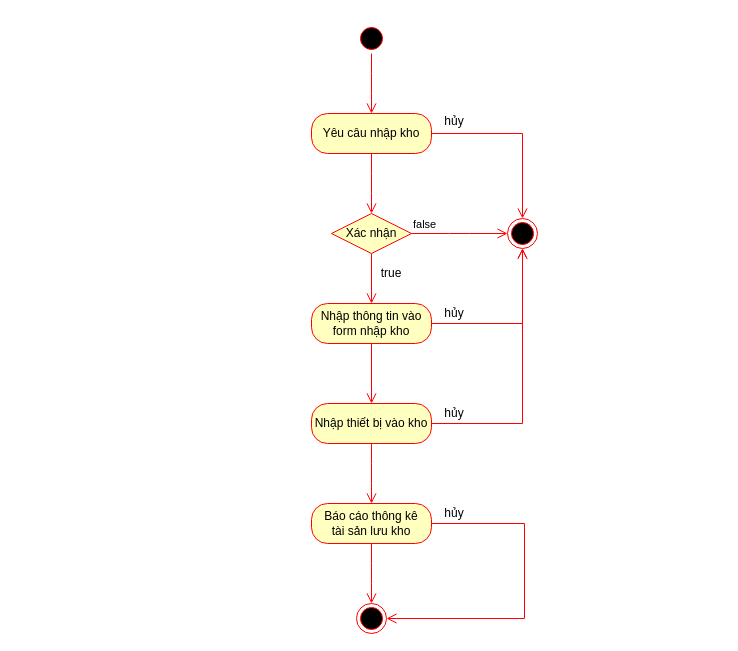
Earlier version of the draw.io diagram page "nhập kho" (3 of 4) of PJ 2B Activity Diagram.drawio (LocalHost127000/OODA). Source tidied: cells renumbered, new cells numbered last; positions are measured from the earlier drawing's top-left corner, leaving out a move shared by most shapes. Both pictures are drawn from the tidied source at 100%, with x=0, y=0 at pixel (311, 23).
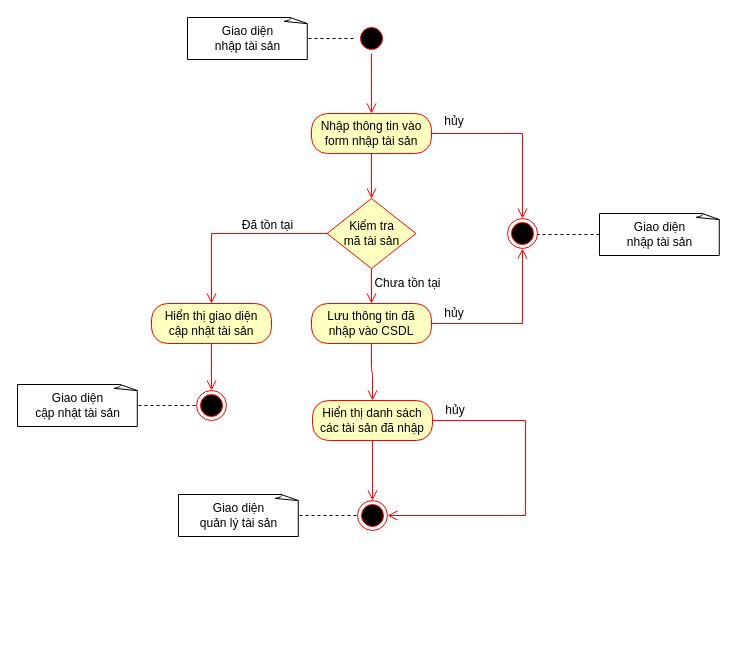
Above is the later version.

Unchanged cells that the change refers to:
```xml
<mxCell id="2" style="ellipse;html=1;shape=startState;fillColor=#000000;strokeColor=#ff0000;" parent="1" vertex="1">
  <mxGeometry x="45" width="30" height="30" as="geometry" />
</mxCell>
<mxCell id="10" style="ellipse;html=1;shape=endState;fillColor=#000000;strokeColor=#ff0000;" parent="1" vertex="1">
  <mxGeometry x="196" y="195" width="30" height="30" as="geometry" />
</mxCell>
```

What changed in the source:
```diff
@@
-    <mxCell id="5" value="Yêu câu nhập kho" style="rounded=1;whiteSpace=wrap;html=1;arcSize=40;fontColor=#000000;fillColor=#ffffc0;strokeColor=#ff0000;" parent="1" vertex="1">
+    <mxCell id="5" value="Nhập thông tin vào form nhập tài sản" style="rounded=1;whiteSpace=wrap;html=1;arcSize=40;fontColor=#000000;fillColor=#ffffc0;strokeColor=#ff0000;" parent="1" vertex="1">
       <mxGeometry y="90" width="120" height="40" as="geometry" />
     </mxCell>
-    <mxCell id="6" style="edgeStyle=orthogonalEdgeStyle;html=1;verticalAlign=bottom;endArrow=open;endSize=8;strokeColor=#ff0000;" parent="1" edge="1" source="5">
-      <mxGeometry relative="1" as="geometry">
-        <mxPoint x="60" y="190" as="targetPoint" />
-      </mxGeometry>
+    <mxCell id="6" style="edgeStyle=orthogonalEdgeStyle;html=1;verticalAlign=bottom;endArrow=open;endSize=8;strokeColor=#ff0000;" parent="1" edge="1" source="5" target="8">
+      <mxGeometry relative="1" as="geometry" />
     </mxCell>
@@
+    <mxCell id="26" style="edgeStyle=orthogonalEdgeStyle;rounded=0;jettySize=auto;html=1;startArrow=none;startFill=0;endArrow=open;endFill=0;strokeColor=#FF0000;endSize=8;" parent="1" edge="1" source="8" target="34">
+      <mxGeometry relative="1" as="geometry" />
+    </mxCell>
-    <mxCell id="8" value="Xác nhận" style="rhombus;whiteSpace=wrap;html=1;fillColor=#ffffc0;strokeColor=#ff0000;" parent="1" vertex="1">
-      <mxGeometry x="20" y="190" width="80" height="40" as="geometry" />
+    <mxCell id="8" value="Kiểm tra&lt;br&gt;mã tài sản" style="rhombus;whiteSpace=wrap;html=1;fillColor=#ffffc0;strokeColor=#ff0000;" parent="1" vertex="1">
+      <mxGeometry x="15.5" y="175" width="89" height="70" as="geometry" />
     </mxCell>
-    <mxCell id="9" value="false" style="edgeStyle=orthogonalEdgeStyle;html=1;align=left;verticalAlign=bottom;endArrow=open;endSize=8;strokeColor=#ff0000;" parent="1" edge="1" source="8">
-      <mxGeometry x="-1" relative="1" as="geometry">
-        <mxPoint x="196" y="210" as="targetPoint" />
-      </mxGeometry>
-    </mxCell>
@@
-    <mxCell id="12" value="Nhập thông tin vào form nhập kho" style="rounded=1;whiteSpace=wrap;html=1;arcSize=40;fontColor=#000000;fillColor=#ffffc0;strokeColor=#ff0000;" parent="1" vertex="1">
+    <mxCell id="12" value="Lưu thông tin đã&lt;br&gt;nhập vào CSDL" style="rounded=1;whiteSpace=wrap;html=1;arcSize=40;fontColor=#000000;fillColor=#ffffc0;strokeColor=#ff0000;" parent="1" vertex="1">
       <mxGeometry y="280" width="120" height="40" as="geometry" />
     </mxCell>
-    <mxCell id="13" style="edgeStyle=orthogonalEdgeStyle;html=1;verticalAlign=bottom;endArrow=open;endSize=8;strokeColor=#ff0000;" parent="1" edge="1" source="12">
-      <mxGeometry relative="1" as="geometry">
-        <mxPoint x="60" y="380" as="targetPoint" />
-        <Array as="points">
-          <mxPoint x="60" y="380" />
-        </Array>
-      </mxGeometry>
+    <mxCell id="13" style="edgeStyle=orthogonalEdgeStyle;html=1;verticalAlign=bottom;endArrow=open;endSize=8;strokeColor=#ff0000;" parent="1" edge="1" source="12" target="19">
+      <mxGeometry relative="1" as="geometry" />
     </mxCell>
-    <mxCell id="14" value="true" style="text;html=1;strokeColor=none;fillColor=none;align=center;verticalAlign=middle;whiteSpace=wrap;rounded=0;" parent="1" vertex="1">
-      <mxGeometry x="60" y="240" width="40" height="20" as="geometry" />
+    <mxCell id="14" value="Chưa tồn tại" style="text;html=1;strokeColor=none;fillColor=none;align=center;verticalAlign=middle;whiteSpace=wrap;rounded=0;" parent="1" vertex="1">
+      <mxGeometry x="56" y="250" width="81" height="20" as="geometry" />
     </mxCell>
-    <mxCell id="15" style="edgeStyle=orthogonalEdgeStyle;rounded=0;jettySize=auto;html=1;startSize=7;endArrow=open;endFill=0;endSize=8;strokeColor=#FF0000;" parent="1" edge="1" source="16" target="10">
-      <mxGeometry relative="1" as="geometry" />
-    </mxCell>
-    <mxCell id="16" value="&lt;span style=&quot;color: rgb(0 , 0 , 0) ; font-family: &amp;#34;helvetica&amp;#34; ; font-size: 12px ; font-style: normal ; font-weight: 400 ; letter-spacing: normal ; text-align: center ; text-indent: 0px ; text-transform: none ; word-spacing: 0px ; display: inline ; float: none&quot;&gt;Nhập thiết bị vào kho&lt;/span&gt;" style="rounded=1;whiteSpace=wrap;html=1;arcSize=40;fontColor=#000000;fillColor=#ffffc0;strokeColor=#ff0000;" parent="1" vertex="1">
-      <mxGeometry y="380" width="120" height="40" as="geometry" />
-    </mxCell>
-    <mxCell id="17" style="edgeStyle=orthogonalEdgeStyle;html=1;verticalAlign=bottom;endArrow=open;endSize=8;strokeColor=#ff0000;" parent="1" edge="1" source="16">
-      <mxGeometry relative="1" as="geometry">
-        <mxPoint x="60" y="480" as="targetPoint" />
-      </mxGeometry>
-    </mxCell>
     <mxCell id="18" style="edgeStyle=orthogonalEdgeStyle;rounded=0;jettySize=auto;html=1;entryX=1;entryY=0.5;entryDx=0;entryDy=0;startSize=7;endArrow=open;endFill=0;endSize=8;strokeColor=#FF0000;" parent="1" edge="1" source="19" target="21">
       <mxGeometry relative="1" as="geometry">
         <Array as="points">
-          <mxPoint x="213" y="500" />
-          <mxPoint x="213" y="595" />
+          <mxPoint x="214" y="397" />
+          <mxPoint x="214" y="492" />
         </Array>
       </mxGeometry>
     </mxCell>
-    <mxCell id="19" value="Báo cáo thông kê&lt;br&gt;tài sản lưu kho" style="rounded=1;whiteSpace=wrap;html=1;arcSize=40;fontColor=#000000;fillColor=#ffffc0;strokeColor=#ff0000;" parent="1" vertex="1">
-      <mxGeometry y="480" width="120" height="40" as="geometry" />
+    <mxCell id="19" value="Hiển thị danh sách các tài sản đã nhập" style="rounded=1;whiteSpace=wrap;html=1;arcSize=40;fontColor=#000000;fillColor=#ffffc0;strokeColor=#ff0000;" parent="1" vertex="1">
+      <mxGeometry x="1" y="377" width="120" height="40" as="geometry" />
     </mxCell>
     <mxCell id="20" style="edgeStyle=orthogonalEdgeStyle;html=1;verticalAlign=bottom;endArrow=open;endSize=8;strokeColor=#ff0000;" parent="1" edge="1" source="19">
       <mxGeometry relative="1" as="geometry">
-        <mxPoint x="60" y="580" as="targetPoint" />
+        <mxPoint x="61" y="477" as="targetPoint" />
       </mxGeometry>
     </mxCell>
     <mxCell id="21" style="ellipse;html=1;shape=endState;fillColor=#000000;strokeColor=#ff0000;" parent="1" vertex="1">
-      <mxGeometry x="45" y="580" width="30" height="30" as="geometry" />
+      <mxGeometry x="46" y="477" width="30" height="30" as="geometry" />
     </mxCell>
@@
-    <mxCell id="24" value="hủy" style="text;html=1;strokeColor=none;fillColor=none;align=center;verticalAlign=middle;whiteSpace=wrap;rounded=0;" parent="1" vertex="1">
-      <mxGeometry x="123" y="380" width="40" height="20" as="geometry" />
-    </mxCell>
     <mxCell id="25" value="hủy" style="text;html=1;strokeColor=none;fillColor=none;align=center;verticalAlign=middle;whiteSpace=wrap;rounded=0;" parent="1" vertex="1">
-      <mxGeometry x="123" y="480" width="40" height="20" as="geometry" />
+      <mxGeometry x="124" y="377" width="40" height="20" as="geometry" />
     </mxCell>
+    <mxCell id="27" style="edgeStyle=orthogonalEdgeStyle;rounded=0;jettySize=auto;html=1;endArrow=none;endFill=0;dashed=1;" parent="1" edge="1" source="28" target="2">
+      <mxGeometry relative="1" as="geometry" />
+    </mxCell>
+    <mxCell id="28" value="Giao diện&lt;br&gt;nhập tài sản" style="whiteSpace=wrap;html=1;shape=mxgraph.basic.document;perimeterSpacing=0;" parent="1" vertex="1">
+      <mxGeometry x="-124" y="-6" width="121" height="42" as="geometry" />
+    </mxCell>
+    <mxCell id="29" style="edgeStyle=orthogonalEdgeStyle;rounded=0;jettySize=auto;html=1;endArrow=none;endFill=0;dashed=1;" parent="1" edge="1" source="30">
+      <mxGeometry relative="1" as="geometry">
+        <mxPoint x="226" y="211" as="targetPoint" />
+      </mxGeometry>
+    </mxCell>
+    <mxCell id="30" value="Giao diện&lt;br&gt;nhập tài sản" style="whiteSpace=wrap;html=1;shape=mxgraph.basic.document;perimeterSpacing=0;" parent="1" vertex="1">
+      <mxGeometry x="288" y="190" width="121" height="42" as="geometry" />
+    </mxCell>
+    <mxCell id="31" style="edgeStyle=orthogonalEdgeStyle;rounded=0;jettySize=auto;html=1;endArrow=none;endFill=0;dashed=1;" parent="1" edge="1" source="32" target="21">
+      <mxGeometry relative="1" as="geometry" />
+    </mxCell>
+    <mxCell id="32" value="Giao diện&lt;br&gt;quản lý tài sản" style="whiteSpace=wrap;html=1;shape=mxgraph.basic.document;perimeterSpacing=0;" parent="1" vertex="1">
+      <mxGeometry x="-133" y="471" width="121" height="42" as="geometry" />
+    </mxCell>
+    <mxCell id="33" style="edgeStyle=orthogonalEdgeStyle;rounded=0;jettySize=auto;html=1;startArrow=none;startFill=0;endArrow=open;endFill=0;endSize=8;strokeColor=#FF0000;" parent="1" edge="1" source="34" target="36">
+      <mxGeometry relative="1" as="geometry" />
+    </mxCell>
+    <mxCell id="34" value="Hiển thị giao diện&lt;br&gt;cập nhật tài sản" style="rounded=1;whiteSpace=wrap;html=1;arcSize=40;fontColor=#000000;fillColor=#ffffc0;strokeColor=#ff0000;" parent="1" vertex="1">
+      <mxGeometry x="-160" y="280" width="120" height="40" as="geometry" />
+    </mxCell>
+    <mxCell id="35" value="Đã tồn tại" style="text;html=1;strokeColor=none;fillColor=none;align=center;verticalAlign=middle;whiteSpace=wrap;rounded=0;" parent="1" vertex="1">
+      <mxGeometry x="-84" y="192" width="81" height="20" as="geometry" />
+    </mxCell>
+    <mxCell id="36" style="ellipse;html=1;shape=endState;fillColor=#000000;strokeColor=#ff0000;" parent="1" vertex="1">
+      <mxGeometry x="-115" y="367" width="30" height="30" as="geometry" />
+    </mxCell>
+    <mxCell id="37" style="edgeStyle=orthogonalEdgeStyle;rounded=0;jettySize=auto;html=1;endArrow=none;endFill=0;dashed=1;" parent="1" edge="1" source="38">
+      <mxGeometry relative="1" as="geometry">
+        <mxPoint x="-115" y="382" as="targetPoint" />
+      </mxGeometry>
+    </mxCell>
+    <mxCell id="38" value="Giao diện&lt;br&gt;cập nhật tài sản" style="whiteSpace=wrap;html=1;shape=mxgraph.basic.document;perimeterSpacing=0;" parent="1" vertex="1">
+      <mxGeometry x="-294" y="361" width="121" height="42" as="geometry" />
+    </mxCell>
```
